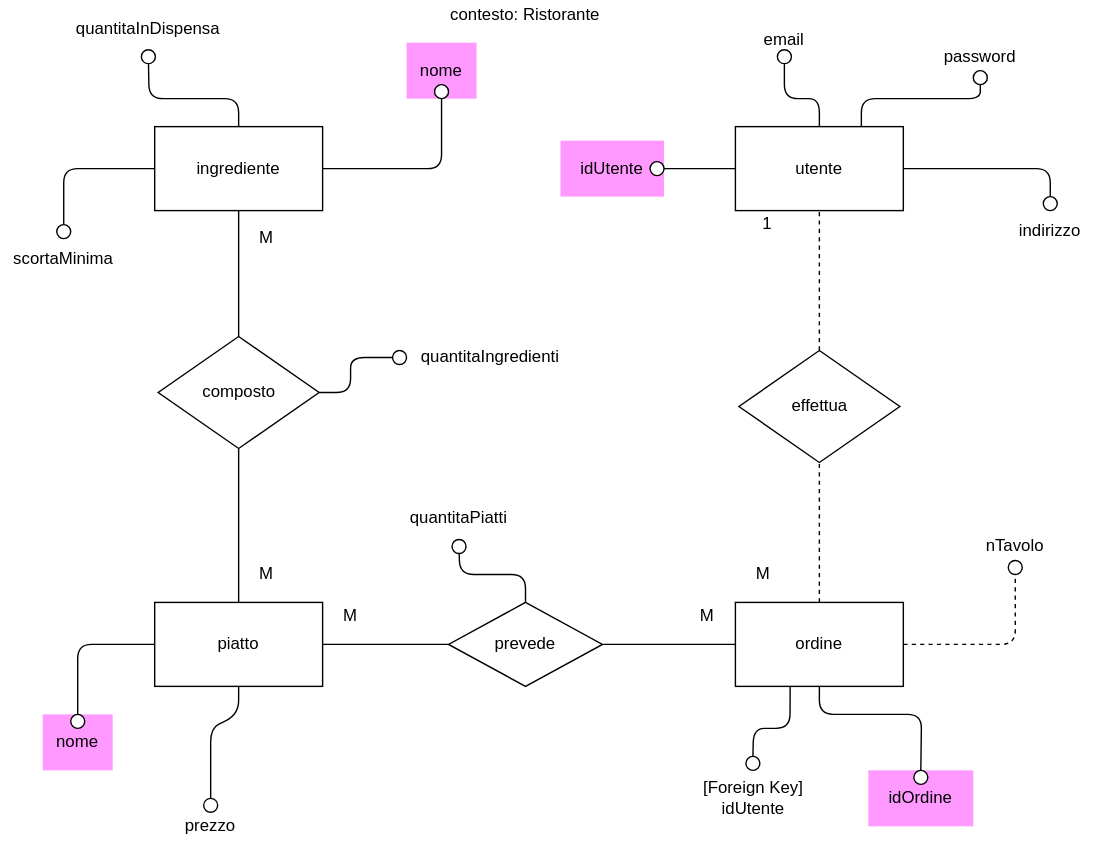
This is E-R_diagram.svg from Santeenee/ExamProject, a draw.io export, as it was before one commit. Source tidied: cells renumbered, new cells last; positions are measured from the earlier drawing's top-left corner, leaving out a move shared by most shapes.
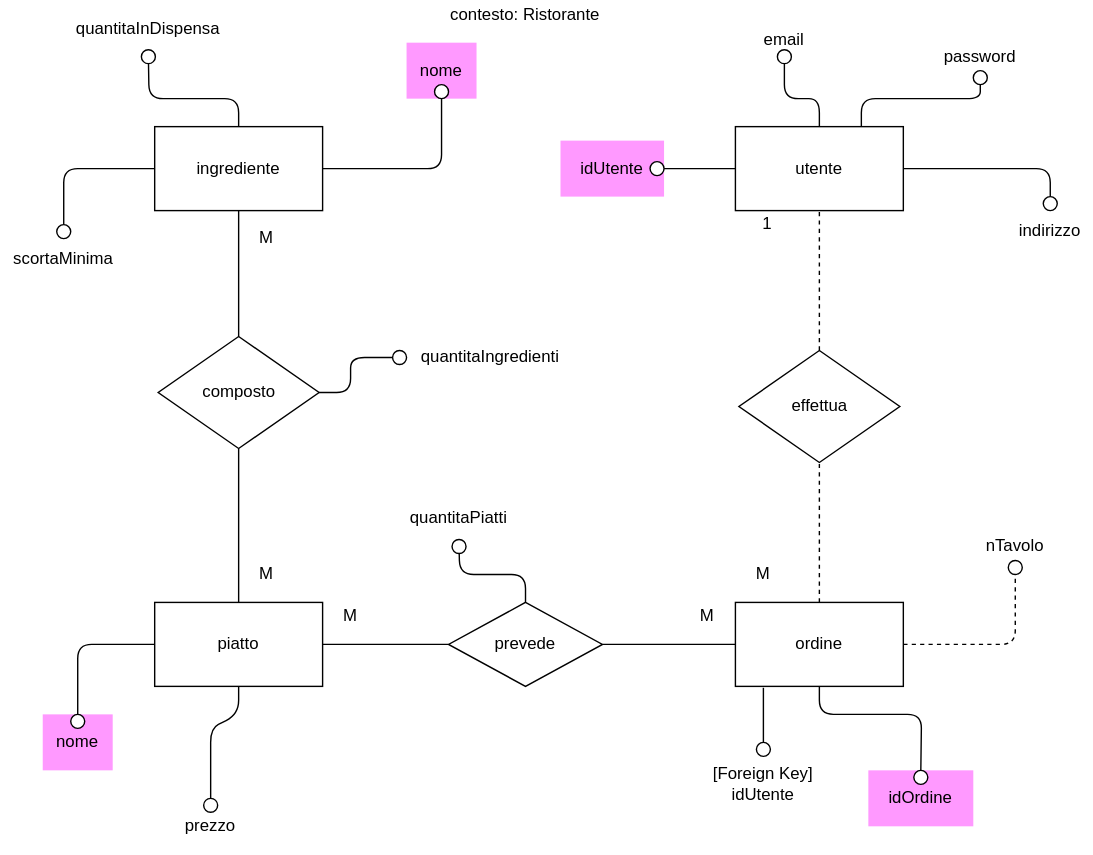
Later version of the same file.

Change to the diagram source:
```diff
@@ -226,18 +226,15 @@
       <mxGeometry x="100.5" y="35" width="10" height="10" as="geometry" />
     </mxCell>
     <mxCell id="58" value="[Foreign Key] idUtente" style="text;html=1;strokeColor=none;fillColor=none;align=center;verticalAlign=middle;whiteSpace=wrap;rounded=0;" parent="1" vertex="1">
-      <mxGeometry x="492.5" y="540" width="90" height="60" as="geometry" />
+      <mxGeometry x="500" y="530" width="90" height="60" as="geometry" />
     </mxCell>
-    <mxCell id="59" style="endArrow=none;html=1;exitX=0.326;exitY=1;exitDx=0;exitDy=0;entryX=0.5;entryY=0;entryDx=0;entryDy=0;exitPerimeter=0;" parent="1" edge="1" source="2" target="58">
+    <mxCell id="59" style="endArrow=none;html=1;entryX=0.5;entryY=0;entryDx=0;entryDy=0;" parent="1" edge="1" target="58">
       <mxGeometry relative="1" as="geometry">
-        <Array as="points">
-          <mxPoint x="564" y="520" />
-          <mxPoint x="538" y="520" />
-        </Array>
+        <mxPoint x="545" y="491" as="sourcePoint" />
       </mxGeometry>
     </mxCell>
     <mxCell id="60" style="ellipse;whiteSpace=wrap;html=1;fillColor=#FFFFFF;" parent="1" vertex="1">
-      <mxGeometry x="532.5" y="540" width="10" height="10" as="geometry" />
+      <mxGeometry x="540" y="530" width="10" height="10" as="geometry" />
     </mxCell>
     <mxCell id="61" style="endArrow=none;html=1;entryX=0;entryY=0.5;entryDx=0;entryDy=0;exitX=1;exitY=0.5;exitDx=0;exitDy=0;" parent="1" edge="1" source="62" target="22">
       <mxGeometry relative="1" as="geometry" />
```
